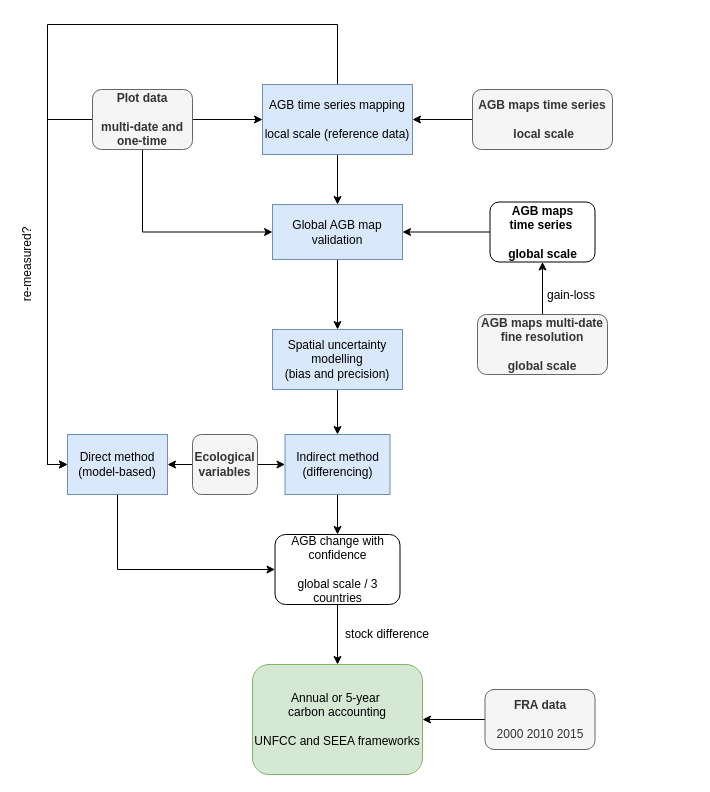
The draw.io diagram AGBC_simple1.drawio in arnanaraza/diagrams, before the edit. Source tidied: cells renumbered, new cells numbered last; positions are measured from the earlier drawing's top-left corner, leaving out a move shared by most shapes. Both pictures are drawn from the tidied source at 100%, with x=0, y=0 at pixel (-18, 24).
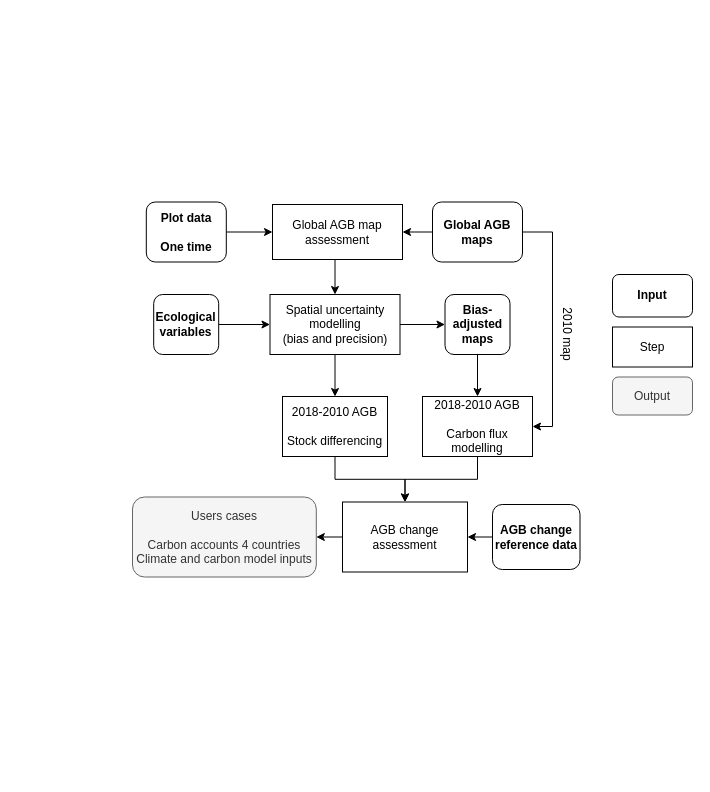
After the change.

Diff of the diagram source:
```diff
@@
-    <mxCell id="2" style="edgeStyle=orthogonalEdgeStyle;rounded=0;jettySize=auto;html=1;exitX=0.5;exitY=1;exitDx=0;exitDy=0;entryX=0;entryY=0.5;entryDx=0;entryDy=0;" parent="1" edge="1" source="3" target="14">
-      <mxGeometry relative="1" as="geometry" />
-    </mxCell>
-    <mxCell id="3" value="Direct method (model-based)" style="rounded=0;whiteSpace=wrap;html=1;fillColor=#dae8fc;strokeColor=#6c8ebf;" parent="1" vertex="1">
-      <mxGeometry x="85" y="410" width="100" height="60" as="geometry" />
-    </mxCell>
-    <mxCell id="4" style="edgeStyle=orthogonalEdgeStyle;rounded=0;jettySize=auto;html=1;exitX=0.5;exitY=1;exitDx=0;exitDy=0;entryX=0.5;entryY=0;entryDx=0;entryDy=0;endArrow=classic;endFill=1;" parent="1" edge="1" source="5" target="14">
+    <mxCell id="4" style="edgeStyle=orthogonalEdgeStyle;rounded=0;jettySize=auto;html=1;exitX=0.5;exitY=1;exitDx=0;exitDy=0;entryX=0.5;entryY=0;entryDx=0;entryDy=0;" parent="1" edge="1" source="5" target="14">
       <mxGeometry relative="1" as="geometry" />
     </mxCell>
-    <mxCell id="5" value="Indirect method (differencing)" style="rounded=0;whiteSpace=wrap;html=1;fillColor=#dae8fc;strokeColor=#6c8ebf;" parent="1" vertex="1">
-      <mxGeometry x="302.5" y="410" width="105" height="60" as="geometry" />
+    <mxCell id="5" value="2018-2010 AGB &lt;br&gt;&lt;br&gt;Stock differencing" style="rounded=0;whiteSpace=wrap;html=1;" parent="1" vertex="1">
+      <mxGeometry x="300" y="372" width="105" height="60" as="geometry" />
     </mxCell>
-    <mxCell id="6" style="edgeStyle=orthogonalEdgeStyle;rounded=0;jettySize=auto;html=1;exitX=0;exitY=0.5;exitDx=0;exitDy=0;entryX=1;entryY=0.5;entryDx=0;entryDy=0;" parent="1" edge="1" source="7" target="8">
-      <mxGeometry relative="1" as="geometry" />
-    </mxCell>
-    <mxCell id="7" value="&lt;b&gt;FRA data&lt;br&gt;&lt;/b&gt;&lt;br&gt;2000 2010 2015" style="rounded=1;whiteSpace=wrap;html=1;fillColor=#f5f5f5;strokeColor=#666666;fontColor=#333333;" parent="1" vertex="1">
-      <mxGeometry x="502.5" y="665" width="110" height="60" as="geometry" />
-    </mxCell>
-    <mxCell id="8" value="Annual or 5-year&amp;nbsp;&lt;br&gt;carbon accounting &lt;br&gt;&lt;br&gt;UNFCC and SEEA frameworks" style="rounded=1;whiteSpace=wrap;html=1;fillColor=#d5e8d4;strokeColor=#82b366;" parent="1" vertex="1">
-      <mxGeometry x="270" y="640" width="170" height="110" as="geometry" />
+    <mxCell id="8" value="Users cases&lt;br&gt;&lt;br&gt;Carbon accounts 4 countries&lt;br&gt;Climate and carbon model inputs" style="rounded=1;whiteSpace=wrap;html=1;fillColor=#f5f5f5;strokeColor=#666666;fontColor=#333333;" parent="1" vertex="1">
+      <mxGeometry x="150" y="472.5" width="183.8" height="80" as="geometry" />
     </mxCell>
-    <mxCell id="9" style="edgeStyle=orthogonalEdgeStyle;rounded=0;jettySize=auto;html=1;exitX=0;exitY=0.5;exitDx=0;exitDy=0;entryX=0;entryY=0.5;entryDx=0;entryDy=0;endArrow=classic;endFill=1;" parent="1" edge="1" source="12" target="3">
-      <mxGeometry relative="1" as="geometry" />
-    </mxCell>
-    <mxCell id="10" style="edgeStyle=orthogonalEdgeStyle;rounded=0;jettySize=auto;html=1;exitX=1;exitY=0.5;exitDx=0;exitDy=0;entryX=0;entryY=0.5;entryDx=0;entryDy=0;" parent="1" edge="1" source="12" target="23">
-      <mxGeometry relative="1" as="geometry" />
-    </mxCell>
-    <mxCell id="11" style="edgeStyle=orthogonalEdgeStyle;rounded=0;jettySize=auto;html=1;exitX=0.5;exitY=1;exitDx=0;exitDy=0;entryX=0;entryY=0.5;entryDx=0;entryDy=0;" parent="1" edge="1" source="12" target="16">
+    <mxCell id="11" style="edgeStyle=orthogonalEdgeStyle;rounded=0;jettySize=auto;html=1;exitX=1;exitY=0.5;exitDx=0;exitDy=0;entryX=0;entryY=0.5;entryDx=0;entryDy=0;" parent="1" edge="1" source="12" target="16">
       <mxGeometry relative="1" as="geometry" />
     </mxCell>
-    <mxCell id="12" value="&lt;b style=&quot;font-family: &amp;#34;helvetica&amp;#34;&quot;&gt;Plot data&lt;br&gt;&lt;br&gt;multi-date and one-time&lt;br&gt;&lt;/b&gt;" style="rounded=1;whiteSpace=wrap;html=1;fillColor=#f5f5f5;strokeColor=#666666;fontColor=#333333;" parent="1" vertex="1">
-      <mxGeometry x="110" y="65" width="100" height="60" as="geometry" />
+    <mxCell id="12" value="&lt;b style=&quot;font-family: &amp;#34;helvetica&amp;#34;&quot;&gt;Plot data&lt;br&gt;&lt;br&gt;One time&lt;br&gt;&lt;/b&gt;" style="rounded=1;whiteSpace=wrap;html=1;" parent="1" vertex="1">
+      <mxGeometry x="163.8" y="177.5" width="80" height="60" as="geometry" />
     </mxCell>
-    <mxCell id="13" style="edgeStyle=orthogonalEdgeStyle;rounded=0;jettySize=auto;html=1;exitX=0.5;exitY=1;exitDx=0;exitDy=0;entryX=0.5;entryY=0;entryDx=0;entryDy=0;endArrow=classic;endFill=1;" parent="1" edge="1" source="14" target="8">
+    <mxCell id="13" style="edgeStyle=orthogonalEdgeStyle;rounded=0;jettySize=auto;html=1;exitX=0;exitY=0.5;exitDx=0;exitDy=0;entryX=1;entryY=0.5;entryDx=0;entryDy=0;" parent="1" edge="1" source="14" target="8">
       <mxGeometry relative="1" as="geometry" />
     </mxCell>
-    <mxCell id="14" value="AGB change with confidence&lt;br&gt;&lt;br&gt;global scale / 3 countries" style="rounded=1;whiteSpace=wrap;html=1;" parent="1" vertex="1">
-      <mxGeometry x="292.5" y="510" width="125" height="70" as="geometry" />
+    <mxCell id="14" value="AGB change assessment" style="rounded=1;whiteSpace=wrap;html=1;arcSize=0;" parent="1" vertex="1">
+      <mxGeometry x="360" y="477.5" width="125" height="70" as="geometry" />
     </mxCell>
@@
-    <mxCell id="16" value="Global AGB map validation" style="rounded=0;whiteSpace=wrap;html=1;fillColor=#dae8fc;strokeColor=#6c8ebf;" parent="1" vertex="1">
+    <mxCell id="16" value="Global AGB map assessment" style="rounded=0;whiteSpace=wrap;html=1;" parent="1" vertex="1">
       <mxGeometry x="290" y="180" width="130" height="55" as="geometry" />
     </mxCell>
-    <mxCell id="17" style="edgeStyle=orthogonalEdgeStyle;rounded=0;jettySize=auto;html=1;exitX=0;exitY=0.5;exitDx=0;exitDy=0;entryX=1;entryY=0.5;entryDx=0;entryDy=0;" parent="1" edge="1" source="18" target="23">
-      <mxGeometry relative="1" as="geometry" />
-    </mxCell>
-    <mxCell id="18" value="&lt;b&gt;AGB maps time series&lt;br&gt;&lt;br&gt;&amp;nbsp;local scale&lt;/b&gt;&lt;b&gt;&lt;br&gt;&lt;/b&gt;" style="rounded=1;whiteSpace=wrap;html=1;fillColor=#f5f5f5;strokeColor=#666666;fontColor=#333333;" parent="1" vertex="1">
-      <mxGeometry x="490" y="65" width="140" height="60" as="geometry" />
-    </mxCell>
-    <mxCell id="19" style="edgeStyle=orthogonalEdgeStyle;rounded=0;jettySize=auto;html=1;exitX=0;exitY=0.5;exitDx=0;exitDy=0;entryX=1;entryY=0.5;entryDx=0;entryDy=0;" parent="1" edge="1" source="20" target="16">
-      <mxGeometry relative="1" as="geometry" />
-    </mxCell>
-    <mxCell id="20" value="&lt;b&gt;AGB maps &lt;br&gt;time series&amp;nbsp;&lt;br&gt;&lt;br&gt;global scale&lt;br&gt;&lt;/b&gt;" style="rounded=1;whiteSpace=wrap;html=1;" parent="1" vertex="1">
-      <mxGeometry x="507.5" y="177.5" width="105" height="60" as="geometry" />
-    </mxCell>
-    <mxCell id="21" style="edgeStyle=orthogonalEdgeStyle;rounded=0;jettySize=auto;html=1;endArrow=classic;endFill=1;" parent="1" edge="1" source="23" target="16">
-      <mxGeometry relative="1" as="geometry" />
-    </mxCell>
-    <mxCell id="22" style="edgeStyle=orthogonalEdgeStyle;rounded=0;jettySize=auto;html=1;exitX=0.5;exitY=0;exitDx=0;exitDy=0;entryX=0;entryY=0.5;entryDx=0;entryDy=0;" parent="1" edge="1" source="23" target="3">
-      <mxGeometry relative="1" as="geometry">
-        <Array as="points">
-          <mxPoint x="355" />
-          <mxPoint x="65" />
-          <mxPoint x="65" y="440" />
-        </Array>
-      </mxGeometry>
-    </mxCell>
-    <mxCell id="23" value="AGB time series mapping&lt;br&gt;&lt;br&gt;local scale (reference data)" style="rounded=0;whiteSpace=wrap;html=1;fillColor=#dae8fc;strokeColor=#6c8ebf;" parent="1" vertex="1">
-      <mxGeometry x="280" y="60" width="150" height="70" as="geometry" />
-    </mxCell>
-    <mxCell id="24" value="re-measured?" style="text;html=1;strokeColor=none;fillColor=none;align=center;verticalAlign=middle;whiteSpace=wrap;rounded=0;rotation=-90;" parent="1" vertex="1">
-      <mxGeometry y="230" width="90" height="20" as="geometry" />
-    </mxCell>
-    <mxCell id="25" value="stock difference" style="text;html=1;strokeColor=none;fillColor=none;align=center;verticalAlign=middle;whiteSpace=wrap;rounded=0;" parent="1" vertex="1">
-      <mxGeometry x="360" y="600" width="90" height="20" as="geometry" />
-    </mxCell>
-    <mxCell id="26" style="edgeStyle=orthogonalEdgeStyle;rounded=0;jettySize=auto;html=1;exitX=0.5;exitY=0;exitDx=0;exitDy=0;" parent="1" edge="1" source="27" target="20">
-      <mxGeometry relative="1" as="geometry" />
-    </mxCell>
+    <mxCell id="34" style="edgeStyle=orthogonalEdgeStyle;rounded=0;jettySize=auto;html=1;exitX=1;exitY=0.5;exitDx=0;exitDy=0;entryX=1;entryY=0.5;entryDx=0;entryDy=0;" parent="1" edge="1" source="27" target="41">
+      <mxGeometry relative="1" as="geometry" />
+    </mxCell>
+    <mxCell id="35" style="edgeStyle=orthogonalEdgeStyle;rounded=0;jettySize=auto;html=1;exitX=0;exitY=0.5;exitDx=0;exitDy=0;entryX=1;entryY=0.5;entryDx=0;entryDy=0;" parent="1" edge="1" source="27" target="16">
+      <mxGeometry relative="1" as="geometry" />
+    </mxCell>
-    <mxCell id="27" value="&lt;b&gt;AGB maps multi-date &lt;br&gt;fine resolution&lt;br&gt;&lt;br&gt;global scale&lt;br&gt;&lt;/b&gt;" style="rounded=1;whiteSpace=wrap;html=1;fillColor=#f5f5f5;strokeColor=#666666;fontColor=#333333;" parent="1" vertex="1">
-      <mxGeometry x="495" y="290" width="130" height="60" as="geometry" />
+    <mxCell id="27" value="&lt;b&gt;Global AGB maps&lt;br&gt;&lt;/b&gt;" style="rounded=1;whiteSpace=wrap;html=1;" parent="1" vertex="1">
+      <mxGeometry x="450" y="177.5" width="90" height="60" as="geometry" />
     </mxCell>
-    <mxCell id="28" value="gain-loss" style="text;html=1;strokeColor=none;fillColor=none;align=center;verticalAlign=middle;whiteSpace=wrap;rounded=0;" parent="1" vertex="1">
-      <mxGeometry x="544" y="261" width="90" height="20" as="geometry" />
-    </mxCell>
-    <mxCell id="29" style="edgeStyle=orthogonalEdgeStyle;rounded=0;jettySize=auto;html=1;exitX=1;exitY=0.5;exitDx=0;exitDy=0;entryX=0;entryY=0.5;entryDx=0;entryDy=0;" parent="1" edge="1" source="31" target="5">
-      <mxGeometry relative="1" as="geometry" />
-    </mxCell>
-    <mxCell id="30" style="edgeStyle=orthogonalEdgeStyle;rounded=0;jettySize=auto;html=1;exitX=0;exitY=0.5;exitDx=0;exitDy=0;entryX=1;entryY=0.5;entryDx=0;entryDy=0;" parent="1" edge="1" source="31" target="3">
-      <mxGeometry relative="1" as="geometry" />
-    </mxCell>
+    <mxCell id="36" style="edgeStyle=orthogonalEdgeStyle;rounded=0;jettySize=auto;html=1;exitX=1;exitY=0.5;exitDx=0;exitDy=0;entryX=0;entryY=0.5;entryDx=0;entryDy=0;" parent="1" edge="1" source="31" target="33">
+      <mxGeometry relative="1" as="geometry" />
+    </mxCell>
-    <mxCell id="31" value="&lt;b&gt;Ecological variables&lt;br&gt;&lt;/b&gt;" style="rounded=1;whiteSpace=wrap;html=1;fillColor=#f5f5f5;strokeColor=#666666;fontColor=#333333;" parent="1" vertex="1">
-      <mxGeometry x="210" y="410" width="65" height="60" as="geometry" />
+    <mxCell id="31" value="&lt;b&gt;Ecological variables&lt;br&gt;&lt;/b&gt;" style="rounded=1;whiteSpace=wrap;html=1;" parent="1" vertex="1">
+      <mxGeometry x="171.2" y="270" width="65" height="60" as="geometry" />
     </mxCell>
@@
+    <mxCell id="37" style="edgeStyle=orthogonalEdgeStyle;rounded=0;jettySize=auto;html=1;exitX=1;exitY=0.5;exitDx=0;exitDy=0;entryX=0;entryY=0.5;entryDx=0;entryDy=0;" parent="1" edge="1" source="33" target="43">
+      <mxGeometry relative="1" as="geometry" />
+    </mxCell>
-    <mxCell id="33" value="Spatial uncertainty modelling &lt;br&gt;(bias and precision)" style="rounded=0;whiteSpace=wrap;html=1;fillColor=#dae8fc;strokeColor=#6c8ebf;" parent="1" vertex="1">
-      <mxGeometry x="290" y="305" width="130" height="60" as="geometry" />
+    <mxCell id="33" value="Spatial uncertainty modelling &lt;br&gt;(bias and precision)" style="rounded=0;whiteSpace=wrap;html=1;" parent="1" vertex="1">
+      <mxGeometry x="287.5" y="270" width="130" height="60" as="geometry" />
     </mxCell>
+    <mxCell id="38" style="edgeStyle=orthogonalEdgeStyle;rounded=0;jettySize=auto;html=1;exitX=0;exitY=0.5;exitDx=0;exitDy=0;entryX=1;entryY=0.5;entryDx=0;entryDy=0;" parent="1" edge="1" source="39" target="14">
+      <mxGeometry relative="1" as="geometry" />
+    </mxCell>
+    <mxCell id="39" value="&lt;b style=&quot;font-family: &amp;#34;helvetica&amp;#34;&quot;&gt;AGB change reference data&lt;br&gt;&lt;/b&gt;" style="rounded=1;whiteSpace=wrap;html=1;" parent="1" vertex="1">
+      <mxGeometry x="510" y="480" width="87.5" height="65" as="geometry" />
+    </mxCell>
+    <mxCell id="40" style="edgeStyle=orthogonalEdgeStyle;rounded=0;jettySize=auto;html=1;exitX=0.5;exitY=1;exitDx=0;exitDy=0;entryX=0.5;entryY=0;entryDx=0;entryDy=0;" parent="1" edge="1" source="41" target="14">
+      <mxGeometry relative="1" as="geometry" />
+    </mxCell>
+    <mxCell id="41" value="2018-2010 AGB&lt;br&gt;&lt;br&gt;Carbon flux modelling" style="rounded=0;whiteSpace=wrap;html=1;" parent="1" vertex="1">
+      <mxGeometry x="440" y="372" width="110" height="60" as="geometry" />
+    </mxCell>
+    <mxCell id="42" style="edgeStyle=orthogonalEdgeStyle;rounded=0;jettySize=auto;html=1;exitX=0.5;exitY=1;exitDx=0;exitDy=0;entryX=0.5;entryY=0;entryDx=0;entryDy=0;" parent="1" edge="1" source="43" target="41">
+      <mxGeometry relative="1" as="geometry" />
+    </mxCell>
+    <mxCell id="43" value="&lt;b&gt;Bias-adjusted maps&lt;br&gt;&lt;/b&gt;" style="rounded=1;whiteSpace=wrap;html=1;" parent="1" vertex="1">
+      <mxGeometry x="462.5" y="270" width="65" height="60" as="geometry" />
+    </mxCell>
+    <mxCell id="44" value="2010 map" style="text;html=1;align=center;verticalAlign=middle;whiteSpace=wrap;rounded=0;rotation=90;" parent="1" vertex="1">
+      <mxGeometry x="550" y="300" width="70" height="20" as="geometry" />
+    </mxCell>
+    <mxCell id="45" value="&lt;b&gt;Input&lt;br&gt;&lt;/b&gt;" style="rounded=1;whiteSpace=wrap;html=1;" parent="1" vertex="1">
+      <mxGeometry x="630" y="250" width="80" height="42.5" as="geometry" />
+    </mxCell>
+    <mxCell id="46" value="Step" style="rounded=0;whiteSpace=wrap;html=1;" parent="1" vertex="1">
+      <mxGeometry x="630" y="302.5" width="80" height="40" as="geometry" />
+    </mxCell>
+    <mxCell id="47" value="Output" style="rounded=1;whiteSpace=wrap;html=1;fillColor=#f5f5f5;strokeColor=#666666;fontColor=#333333;" parent="1" vertex="1">
+      <mxGeometry x="630" y="352.5" width="80" height="38" as="geometry" />
+    </mxCell>
```
